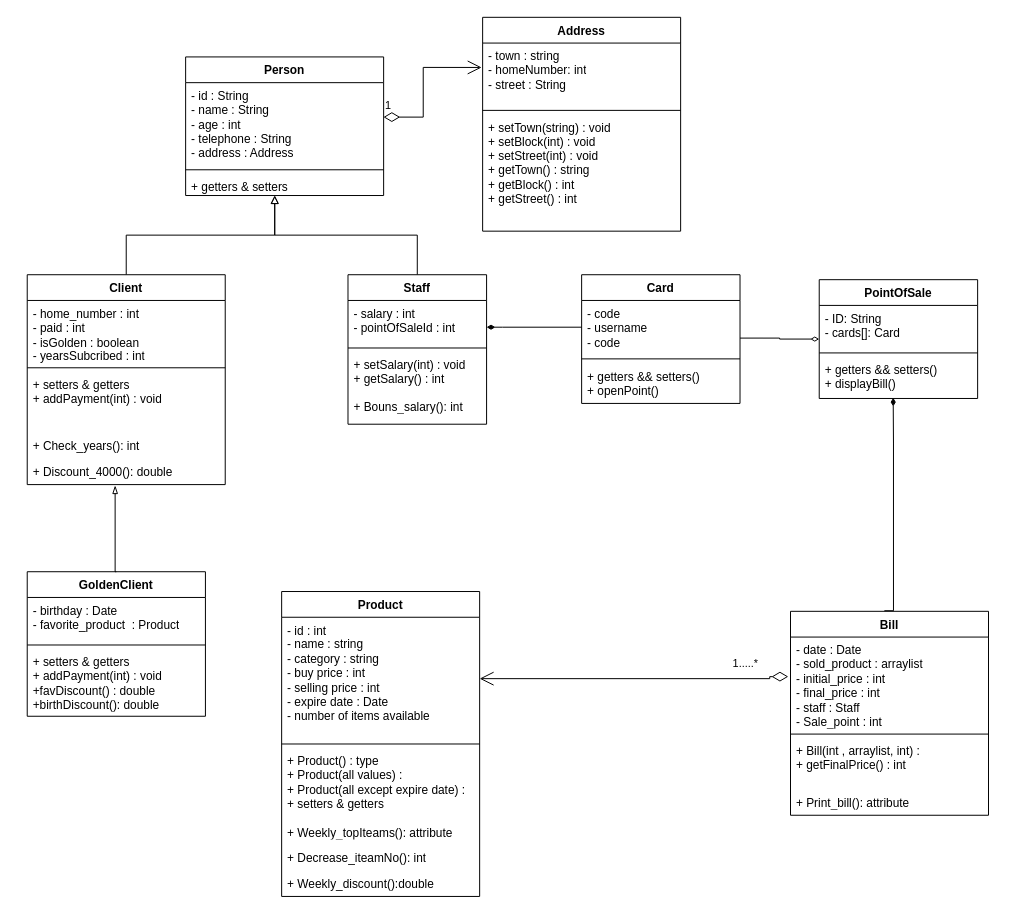
The draw.io diagram UML/supermarket-uml.drawio in DiaaAhmedHassan/SuperMarketSystem, before the edit. Source tidied: cells renumbered, new cells numbered last; positions are measured from the earlier drawing's top-left corner, leaving out a move shared by most shapes. Both pictures are drawn from the tidied source at 99%, with x=0, y=0 at pixel (27, 17).
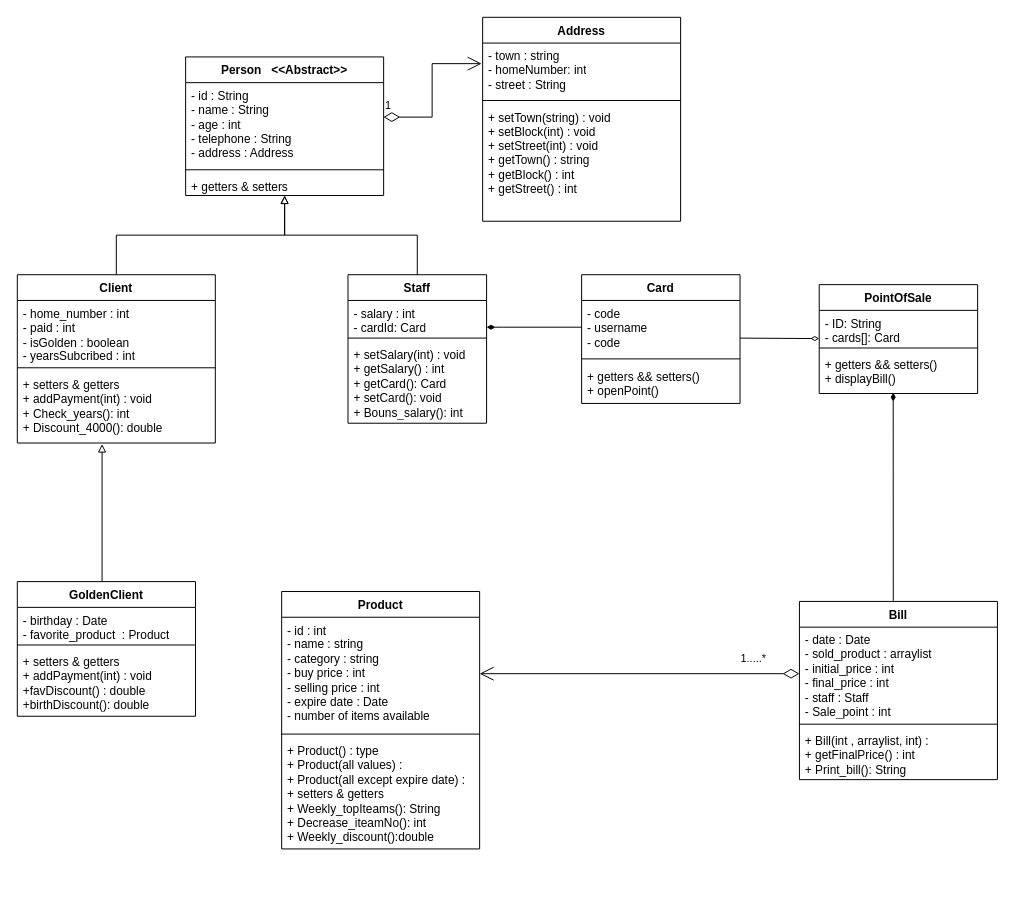
Above is the later version.

Unchanged cells that the change refers to:
```xml
<mxCell id="26" value="- date : Date&lt;br&gt;- sold_product : arraylist&lt;br&gt;- initial_price : int&lt;br&gt;- final_price : int&lt;br&gt;- staff : Staff&lt;br&gt;- Sale_point : int" style="text;strokeColor=none;fillColor=none;align=left;verticalAlign=top;spacingLeft=4;spacingRight=4;overflow=hidden;points=[[0,0.5],[1,0.5]];portConstraint=eastwest;whiteSpace=wrap;html=1;" parent="25" vertex="1">
  <mxGeometry y="26" width="200" height="94" as="geometry" />
</mxCell>
<mxCell id="37" value="- id : String&lt;br&gt;- name : String&lt;br&gt;- age : int&lt;br&gt;- telephone : String&lt;br&gt;- address : Address" style="text;strokeColor=none;fillColor=none;align=left;verticalAlign=top;spacingLeft=4;spacingRight=4;overflow=hidden;points=[[0,0.5],[1,0.5]];portConstraint=eastwest;whiteSpace=wrap;html=1;" parent="36" vertex="1">
  <mxGeometry y="26" width="200" height="84" as="geometry" />
</mxCell>
<mxCell id="39" value="+ getters &amp;amp; setters" style="text;strokeColor=none;fillColor=none;align=left;verticalAlign=top;spacingLeft=4;spacingRight=4;overflow=hidden;points=[[0,0.5],[1,0.5]];portConstraint=eastwest;whiteSpace=wrap;html=1;" parent="36" vertex="1">
  <mxGeometry y="118" width="200" height="22" as="geometry" />
</mxCell>
<mxCell id="48" value="- code&lt;br&gt;- username&lt;br&gt;- code" style="text;strokeColor=none;fillColor=none;align=left;verticalAlign=top;spacingLeft=4;spacingRight=4;overflow=hidden;points=[[0,0.5],[1,0.5]];portConstraint=eastwest;whiteSpace=wrap;html=1;" parent="47" vertex="1">
  <mxGeometry y="26" width="160" height="54" as="geometry" />
</mxCell>
```

Diff of the diagram source:
```diff
@@
     <mxCell id="2" value="Product" style="swimlane;fontStyle=1;align=center;verticalAlign=top;horizontal=1;startSize=26;whiteSpace=wrap;html=1;" parent="1" vertex="1">
-      <mxGeometry x="257" y="580" width="200" height="308" as="geometry" />
+      <mxGeometry x="257" y="580" width="200" height="260" as="geometry" />
     </mxCell>
     <mxCell id="3" value="- id : int&lt;br&gt;- name : string&lt;br&gt;- category : string&lt;br&gt;- buy price : int&lt;br&gt;- selling price : int&lt;br&gt;- expire date : Date&lt;br&gt;- number of items available&amp;nbsp;" style="text;strokeColor=none;fillColor=none;align=left;verticalAlign=top;spacingLeft=4;spacingRight=4;overflow=hidden;points=[[0,0.5],[1,0.5]];portConstraint=eastwest;whiteSpace=wrap;html=1;" parent="2" vertex="1">
-      <mxGeometry y="26" width="200" height="124" as="geometry" />
+      <mxGeometry y="26" width="200" height="114" as="geometry" />
     </mxCell>
     <mxCell id="4" style="line;strokeWidth=1;fillColor=none;align=left;verticalAlign=middle;spacingTop=-1;spacingLeft=3;spacingRight=3;labelPosition=right;strokeColor=inherit;" parent="2" vertex="1">
-      <mxGeometry y="150" width="200" height="8" as="geometry" />
+      <mxGeometry y="140" width="200" height="8" as="geometry" />
     </mxCell>
-    <mxCell id="5" value="+ Product() : type&lt;br&gt;+ Product(all values) :&lt;br&gt;+ Product(all except expire date) :&amp;nbsp;&amp;nbsp;&lt;br&gt;+ setters &amp;amp; getters" style="text;strokeColor=none;fillColor=none;align=left;verticalAlign=top;spacingLeft=4;spacingRight=4;overflow=hidden;whiteSpace=wrap;html=1;" parent="2" vertex="1">
-      <mxGeometry y="158" width="200" height="72" as="geometry" />
+    <mxCell id="5" value="+ Product() : type&lt;br&gt;+ Product(all values) :&lt;br&gt;+ Product(all except expire date) :&amp;nbsp;&amp;nbsp;&lt;br&gt;+ setters &amp;amp; getters&lt;br&gt;+ Weekly_topIteams(): String&lt;br&gt;+ Decrease_iteamNo(): int&lt;br style=&quot;border-color: var(--border-color);&quot;&gt;+ Weekly_discount():double&amp;nbsp;" style="text;strokeColor=none;fillColor=none;align=left;verticalAlign=top;spacingLeft=4;spacingRight=4;overflow=hidden;whiteSpace=wrap;html=1;" parent="2" vertex="1">
+      <mxGeometry y="148" width="200" height="112" as="geometry" />
     </mxCell>
-    <mxCell id="6" value="+ Weekly_topIteams(): attribute" style="text;strokeColor=none;fillColor=none;align=left;verticalAlign=top;spacingLeft=4;spacingRight=4;overflow=hidden;whiteSpace=wrap;html=1;" parent="2" vertex="1">
-      <mxGeometry y="230" width="200" height="26" as="geometry" />
-    </mxCell>
-    <mxCell id="7" value="+ Decrease_iteamNo(): int" style="text;strokeColor=none;fillColor=none;align=left;verticalAlign=top;spacingLeft=4;spacingRight=4;overflow=hidden;whiteSpace=wrap;html=1;" parent="2" vertex="1">
-      <mxGeometry y="256" width="200" height="26" as="geometry" />
-    </mxCell>
-    <mxCell id="8" value="+ Weekly_discount():double&amp;nbsp;" style="text;strokeColor=none;fillColor=none;align=left;verticalAlign=top;spacingLeft=4;spacingRight=4;overflow=hidden;whiteSpace=wrap;html=1;" parent="2" vertex="1">
-      <mxGeometry y="282" width="200" height="26" as="geometry" />
-    </mxCell>
-    <mxCell id="9" style="edgeStyle=orthogonalEdgeStyle;rounded=0;jettySize=auto;html=1;entryX=0.45;entryY=1;entryDx=0;entryDy=0;entryPerimeter=0;endArrow=block;endFill=0;" parent="1" edge="1" source="10" target="39">
-      <mxGeometry relative="1" as="geometry" />
-    </mxCell>
     <mxCell id="10" value="Client" style="swimlane;fontStyle=1;align=center;verticalAlign=top;horizontal=1;startSize=26;whiteSpace=wrap;html=1;" parent="1" vertex="1">
-      <mxGeometry y="260" width="200" height="212" as="geometry" />
+      <mxGeometry x="-10" y="260" width="200" height="170" as="geometry" />
     </mxCell>
@@
-    <mxCell id="13" value="+ setters &amp;amp; getters&lt;br&gt;+ addPayment(int) : void" style="text;strokeColor=none;fillColor=none;align=left;verticalAlign=top;spacingLeft=4;spacingRight=4;overflow=hidden;points=[[0,0.5],[1,0.5]];portConstraint=eastwest;whiteSpace=wrap;html=1;" parent="10" vertex="1">
-      <mxGeometry y="98" width="200" height="62" as="geometry" />
+    <mxCell id="13" value="+ setters &amp;amp; getters&lt;br&gt;+ addPayment(int) : void&lt;br&gt;+ Check_years(): int&lt;br&gt;+ Discount_4000(): double" style="text;strokeColor=none;fillColor=none;align=left;verticalAlign=top;spacingLeft=4;spacingRight=4;overflow=hidden;points=[[0,0.5],[1,0.5]];portConstraint=eastwest;whiteSpace=wrap;html=1;" parent="10" vertex="1">
+      <mxGeometry y="98" width="200" height="72" as="geometry" />
     </mxCell>
-    <mxCell id="14" value="+ Check_years(): int" style="text;strokeColor=none;fillColor=none;align=left;verticalAlign=top;spacingLeft=4;spacingRight=4;overflow=hidden;whiteSpace=wrap;html=1;" parent="10" vertex="1">
-      <mxGeometry y="160" width="200" height="26" as="geometry" />
-    </mxCell>
-    <mxCell id="15" value="+ Discount_4000(): double" style="text;strokeColor=none;fillColor=none;align=left;verticalAlign=top;spacingLeft=4;spacingRight=4;overflow=hidden;points=[[0,0.5],[1,0.5]];portConstraint=eastwest;whiteSpace=wrap;html=1;" parent="10" vertex="1">
-      <mxGeometry y="186" width="200" height="26" as="geometry" />
-    </mxCell>
     <mxCell id="16" value="Address" style="swimlane;fontStyle=1;align=center;verticalAlign=top;horizontal=1;startSize=26;whiteSpace=wrap;html=1;" parent="1" vertex="1">
-      <mxGeometry x="460" width="200" height="216" as="geometry" />
+      <mxGeometry x="460" width="200" height="206" as="geometry" />
     </mxCell>
     <mxCell id="17" value="- town : string&lt;br&gt;- homeNumber: int&lt;br&gt;- street : String" style="text;strokeColor=none;fillColor=none;align=left;verticalAlign=top;spacingLeft=4;spacingRight=4;overflow=hidden;points=[[0,0.5],[1,0.5]];portConstraint=eastwest;whiteSpace=wrap;html=1;" parent="16" vertex="1">
-      <mxGeometry y="26" width="200" height="64" as="geometry" />
+      <mxGeometry y="26" width="200" height="54" as="geometry" />
     </mxCell>
     <mxCell id="18" style="line;strokeWidth=1;fillColor=none;align=left;verticalAlign=middle;spacingTop=-1;spacingLeft=3;spacingRight=3;labelPosition=right;strokeColor=inherit;" parent="16" vertex="1">
-      <mxGeometry y="90" width="200" height="8" as="geometry" />
+      <mxGeometry y="80" width="200" height="8" as="geometry" />
     </mxCell>
     <mxCell id="19" value="+ setTown(string) : void&lt;br&gt;+ setBlock(int) : void&lt;br&gt;+ setStreet(int) : void&lt;br&gt;+ getTown() : string&lt;br&gt;+ getBlock() : int&lt;br&gt;+ getStreet() : int" style="text;strokeColor=none;fillColor=none;align=left;verticalAlign=top;spacingLeft=4;spacingRight=4;overflow=hidden;whiteSpace=wrap;html=1;" parent="16" vertex="1">
-      <mxGeometry y="98" width="200" height="118" as="geometry" />
+      <mxGeometry y="88" width="200" height="118" as="geometry" />
     </mxCell>
+    <mxCell id="53" style="edgeStyle=orthogonalEdgeStyle;rounded=0;jettySize=auto;html=1;entryX=0.428;entryY=1.015;entryDx=0;entryDy=0;entryPerimeter=0;endArrow=block;endFill=0;" parent="1" edge="1" source="20" target="13">
+      <mxGeometry relative="1" as="geometry">
+        <Array as="points">
+          <mxPoint x="76" y="520" />
+        </Array>
+      </mxGeometry>
+    </mxCell>
     <mxCell id="20" value="GoldenClient" style="swimlane;fontStyle=1;align=center;verticalAlign=top;horizontal=1;startSize=26;whiteSpace=wrap;html=1;" parent="1" vertex="1">
-      <mxGeometry y="560" width="180" height="146" as="geometry" />
+      <mxGeometry x="-10" y="570" width="180" height="136" as="geometry" />
     </mxCell>
     <mxCell id="21" value="- birthday : Date&lt;br&gt;- favorite_product&amp;nbsp; : Product" style="text;strokeColor=none;fillColor=none;align=left;verticalAlign=top;spacingLeft=4;spacingRight=4;overflow=hidden;whiteSpace=wrap;html=1;" parent="20" vertex="1">
-      <mxGeometry y="26" width="180" height="44" as="geometry" />
+      <mxGeometry y="26" width="180" height="34" as="geometry" />
     </mxCell>
     <mxCell id="22" style="line;strokeWidth=1;fillColor=none;align=left;verticalAlign=middle;spacingTop=-1;spacingLeft=3;spacingRight=3;labelPosition=right;strokeColor=inherit;" parent="20" vertex="1">
-      <mxGeometry y="70" width="180" height="8" as="geometry" />
+      <mxGeometry y="60" width="180" height="8" as="geometry" />
     </mxCell>
     <mxCell id="23" value="+ setters &amp;amp; getters&lt;br&gt;+ addPayment(int) : void&lt;br&gt;+favDiscount() : double&lt;br&gt;+birthDiscount(): double" style="text;strokeColor=none;fillColor=none;align=left;verticalAlign=top;spacingLeft=4;spacingRight=4;overflow=hidden;whiteSpace=wrap;html=1;" parent="20" vertex="1">
-      <mxGeometry y="78" width="180" height="68" as="geometry" />
+      <mxGeometry y="68" width="180" height="68" as="geometry" />
     </mxCell>
-    <mxCell id="24" style="endArrow=blockThin;html=1;edgeStyle=orthogonalEdgeStyle;rounded=0;endFill=0;exitX=0.5;exitY=0;exitDx=0;exitDy=0;entryX=0.444;entryY=1.038;entryDx=0;entryDy=0;entryPerimeter=0;" parent="1" edge="1" source="20" target="15">
-      <mxGeometry relative="1" as="geometry">
-        <Array as="points">
-          <mxPoint x="89" y="560" />
-        </Array>
-      </mxGeometry>
-    </mxCell>
     <mxCell id="25" value="Bill" style="swimlane;fontStyle=1;align=center;verticalAlign=top;horizontal=1;startSize=26;whiteSpace=wrap;html=1;" parent="1" vertex="1">
-      <mxGeometry x="771" y="600" width="200" height="206" as="geometry" />
+      <mxGeometry x="780" y="590" width="200" height="180" as="geometry" />
     </mxCell>
@@
-    <mxCell id="28" value="+ Bill(int , arraylist, int) :&amp;nbsp;&lt;br&gt;+ getFinalPrice() : int" style="text;strokeColor=none;fillColor=none;align=left;verticalAlign=top;spacingLeft=4;spacingRight=4;overflow=hidden;whiteSpace=wrap;html=1;" parent="25" vertex="1">
+    <mxCell id="28" value="+ Bill(int , arraylist, int) :&amp;nbsp;&lt;br&gt;+ getFinalPrice() : int&lt;br&gt;+ Print_bill(): String" style="text;strokeColor=none;fillColor=none;align=left;verticalAlign=top;spacingLeft=4;spacingRight=4;overflow=hidden;whiteSpace=wrap;html=1;" parent="25" vertex="1">
       <mxGeometry y="128" width="200" height="52" as="geometry" />
     </mxCell>
-    <mxCell id="29" value="+ Print_bill(): attribute" style="text;strokeColor=none;fillColor=none;align=left;verticalAlign=top;spacingLeft=4;spacingRight=4;overflow=hidden;whiteSpace=wrap;html=1;" parent="25" vertex="1">
-      <mxGeometry y="180" width="200" height="26" as="geometry" />
-    </mxCell>
-    <mxCell id="30" style="edgeStyle=orthogonalEdgeStyle;rounded=0;jettySize=auto;html=1;entryX=0.45;entryY=1;entryDx=0;entryDy=0;entryPerimeter=0;endArrow=block;endFill=0;" parent="1" edge="1" source="31" target="39">
-      <mxGeometry relative="1" as="geometry" />
-    </mxCell>
     <mxCell id="31" value="Staff" style="swimlane;fontStyle=1;align=center;verticalAlign=top;horizontal=1;startSize=26;whiteSpace=wrap;html=1;" parent="1" vertex="1">
-      <mxGeometry x="324" y="260" width="140" height="151" as="geometry" />
+      <mxGeometry x="324" y="260" width="140" height="150" as="geometry" />
     </mxCell>
-    <mxCell id="32" value="- salary : int&lt;br&gt;- pointOfSaleId : int" style="text;strokeColor=none;fillColor=none;align=left;verticalAlign=top;spacingLeft=4;spacingRight=4;overflow=hidden;whiteSpace=wrap;html=1;" parent="31" vertex="1">
-      <mxGeometry y="26" width="140" height="44" as="geometry" />
+    <mxCell id="32" value="- salary : int&lt;br&gt;- cardId: Card" style="text;strokeColor=none;fillColor=none;align=left;verticalAlign=top;spacingLeft=4;spacingRight=4;overflow=hidden;whiteSpace=wrap;html=1;" parent="31" vertex="1">
+      <mxGeometry y="26" width="140" height="34" as="geometry" />
     </mxCell>
     <mxCell id="33" style="line;strokeWidth=1;fillColor=none;align=left;verticalAlign=middle;spacingTop=-1;spacingLeft=3;spacingRight=3;labelPosition=right;strokeColor=inherit;" parent="31" vertex="1">
-      <mxGeometry y="70" width="140" height="8" as="geometry" />
+      <mxGeometry y="60" width="140" height="8" as="geometry" />
     </mxCell>
-    <mxCell id="34" value="+ setSalary(int) : void&lt;br&gt;+ getSalary() : int&lt;br&gt;" style="text;strokeColor=none;fillColor=none;align=left;verticalAlign=top;spacingLeft=4;spacingRight=4;overflow=hidden;whiteSpace=wrap;html=1;" parent="31" vertex="1">
-      <mxGeometry y="78" width="140" height="42" as="geometry" />
+    <mxCell id="34" value="+ setSalary(int) : void&lt;br&gt;+ getSalary() : int&lt;br&gt;+ getCard(): Card&lt;br&gt;+ setCard(): void&lt;br&gt;+ Bouns_salary(): int&amp;nbsp;" style="text;strokeColor=none;fillColor=none;align=left;verticalAlign=top;spacingLeft=4;spacingRight=4;overflow=hidden;whiteSpace=wrap;html=1;" parent="31" vertex="1">
+      <mxGeometry y="68" width="140" height="82" as="geometry" />
     </mxCell>
-    <mxCell id="35" value="+ Bouns_salary(): int&amp;nbsp;" style="text;strokeColor=none;fillColor=none;align=left;verticalAlign=top;spacingLeft=4;spacingRight=4;overflow=hidden;whiteSpace=wrap;html=1;" parent="31" vertex="1">
-      <mxGeometry y="120" width="140" height="31" as="geometry" />
-    </mxCell>
+    <mxCell id="54" style="edgeStyle=orthogonalEdgeStyle;rounded=0;jettySize=auto;html=1;exitX=0.5;exitY=0;exitDx=0;exitDy=0;endArrow=block;endFill=0;" parent="1" edge="1" source="10" target="36">
+      <mxGeometry relative="1" as="geometry" />
+    </mxCell>
+    <mxCell id="55" style="edgeStyle=orthogonalEdgeStyle;rounded=0;jettySize=auto;html=1;exitX=0.5;exitY=0;exitDx=0;exitDy=0;endArrow=block;endFill=0;" parent="1" edge="1" source="31" target="36">
+      <mxGeometry relative="1" as="geometry" />
+    </mxCell>
-    <mxCell id="36" value="Person" style="swimlane;fontStyle=1;align=center;verticalAlign=top;horizontal=1;startSize=26;whiteSpace=wrap;html=1;" parent="1" vertex="1">
+    <mxCell id="36" value="Person&amp;nbsp; &amp;nbsp;&amp;lt;&amp;lt;Abstract&amp;gt;&amp;gt;" style="swimlane;fontStyle=1;align=center;verticalAlign=top;horizontal=1;startSize=26;whiteSpace=wrap;html=1;" parent="1" vertex="1">
       <mxGeometry x="160" y="40" width="200" height="140" as="geometry" />
     </mxCell>
@@
     <mxCell id="40" value="PointOfSale" style="swimlane;fontStyle=1;align=center;verticalAlign=top;horizontal=1;startSize=26;whiteSpace=wrap;html=1;" parent="1" vertex="1">
-      <mxGeometry x="800" y="265" width="160" height="120" as="geometry" />
+      <mxGeometry x="800" y="270" width="160" height="110" as="geometry" />
     </mxCell>
     <mxCell id="41" value="- ID: String&lt;br&gt;- cards[]: Card" style="text;strokeColor=none;fillColor=none;align=left;verticalAlign=top;spacingLeft=4;spacingRight=4;overflow=hidden;whiteSpace=wrap;html=1;" parent="40" vertex="1">
-      <mxGeometry y="26" width="160" height="44" as="geometry" />
+      <mxGeometry y="26" width="160" height="34" as="geometry" />
     </mxCell>
     <mxCell id="42" style="line;strokeWidth=1;fillColor=none;align=left;verticalAlign=middle;spacingTop=-1;spacingLeft=3;spacingRight=3;labelPosition=right;strokeColor=inherit;" parent="40" vertex="1">
-      <mxGeometry y="70" width="160" height="8" as="geometry" />
+      <mxGeometry y="60" width="160" height="8" as="geometry" />
     </mxCell>
     <mxCell id="43" value="+ getters &amp;amp;&amp;amp; setters()&lt;br&gt;+ displayBill()" style="text;strokeColor=none;fillColor=none;align=left;verticalAlign=top;spacingLeft=4;spacingRight=4;overflow=hidden;points=[[0,0.5],[1,0.5]];portConstraint=eastwest;whiteSpace=wrap;html=1;" parent="40" vertex="1">
-      <mxGeometry y="78" width="160" height="42" as="geometry" />
+      <mxGeometry y="68" width="160" height="42" as="geometry" />
     </mxCell>
-    <mxCell id="44" style="edgeStyle=orthogonalEdgeStyle;rounded=0;jettySize=auto;html=1;endArrow=diamondThin;endFill=1;entryX=0.467;entryY=0.981;entryDx=0;entryDy=0;entryPerimeter=0;exitX=0.474;exitY=-0.003;exitDx=0;exitDy=0;exitPerimeter=0;" parent="1" edge="1" source="25" target="43">
-      <mxGeometry relative="1" as="geometry">
-        <Array as="points">
-          <mxPoint x="875" y="600" />
-          <mxPoint x="875" y="430" />
-        </Array>
-      </mxGeometry>
+    <mxCell id="44" style="rounded=0;jettySize=auto;html=1;endArrow=diamondThin;endFill=1;entryX=0.467;entryY=0.981;entryDx=0;entryDy=0;entryPerimeter=0;exitX=0.474;exitY=-0.003;exitDx=0;exitDy=0;exitPerimeter=0;" parent="1" edge="1" source="25" target="43">
+      <mxGeometry relative="1" as="geometry" />
     </mxCell>
-    <mxCell id="45" value="1" style="endArrow=open;html=1;endSize=12;startArrow=diamondThin;startSize=14;startFill=0;edgeStyle=orthogonalEdgeStyle;align=left;verticalAlign=bottom;rounded=0;exitX=0.999;exitY=0.414;exitDx=0;exitDy=0;exitPerimeter=0;entryX=-0.005;entryY=0.385;entryDx=0;entryDy=0;entryPerimeter=0;" parent="1" edge="1" source="37" target="17">
-      <mxGeometry x="-1" y="3" relative="1" as="geometry">
-        <Array as="points">
-          <mxPoint x="400" y="101" />
-          <mxPoint x="400" y="51" />
-        </Array>
-      </mxGeometry>
+    <mxCell id="45" value="1" style="endArrow=open;html=1;endSize=12;startArrow=diamondThin;startSize=14;startFill=0;edgeStyle=elbowEdgeStyle;align=left;verticalAlign=bottom;rounded=0;exitX=0.999;exitY=0.414;exitDx=0;exitDy=0;exitPerimeter=0;entryX=-0.005;entryY=0.385;entryDx=0;entryDy=0;entryPerimeter=0;" parent="1" edge="1" source="37" target="17">
+      <mxGeometry x="-1" y="3" relative="1" as="geometry" />
     </mxCell>
-    <mxCell id="46" value="1.....*" style="endArrow=open;html=1;endSize=12;startArrow=diamondThin;startSize=14;startFill=0;edgeStyle=orthogonalEdgeStyle;align=left;verticalAlign=bottom;rounded=0;exitX=-0.011;exitY=0.425;exitDx=0;exitDy=0;exitPerimeter=0;entryX=1;entryY=0.5;entryDx=0;entryDy=0;" parent="1" edge="1" source="26" target="3">
-      <mxGeometry x="-0.62" y="-6" relative="1" as="geometry">
-        <Array as="points">
-          <mxPoint x="750" y="666" />
-          <mxPoint x="750" y="668" />
-        </Array>
-      </mxGeometry>
+    <mxCell id="46" value="1.....*" style="endArrow=open;html=1;endSize=12;startArrow=diamondThin;startSize=14;startFill=0;align=left;verticalAlign=bottom;rounded=0;exitX=0;exitY=0.5;exitDx=0;exitDy=0;entryX=1;entryY=0.5;entryDx=0;entryDy=0;" parent="1" edge="1" source="26" target="3">
+      <mxGeometry x="-0.62" y="-6" relative="1" as="geometry" />
     </mxCell>
@@
-    <mxCell id="52" style="edgeStyle=orthogonalEdgeStyle;rounded=0;jettySize=auto;html=1;exitX=1;exitY=0.704;exitDx=0;exitDy=0;exitPerimeter=0;endArrow=diamondThin;endFill=0;" parent="1" edge="1" source="48" target="40">
+    <mxCell id="52" style="rounded=0;jettySize=auto;html=1;exitX=1;exitY=0.704;exitDx=0;exitDy=0;exitPerimeter=0;endArrow=diamondThin;endFill=0;" parent="1" edge="1" source="48" target="40">
       <mxGeometry relative="1" as="geometry" />
     </mxCell>
```
